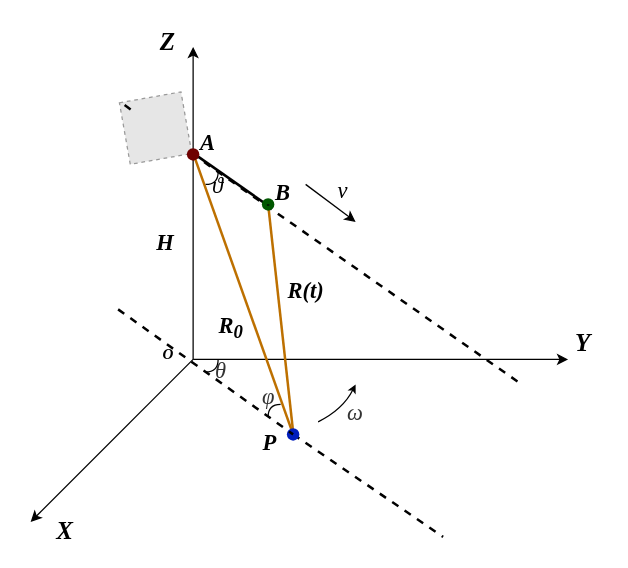
Above: forward-looking.drawio in LFNing/General (draw.io), before the change. Source tidied: cells renumbered, new cells numbered last; positions are measured from the earlier drawing's top-left corner, leaving out a move shared by most shapes. Both pictures are drawn from the tidied source at 125%, with x=0, y=0 at pixel (30, 21). Pictures stored in the file or linked from it are replaced by grey dashed boxes.
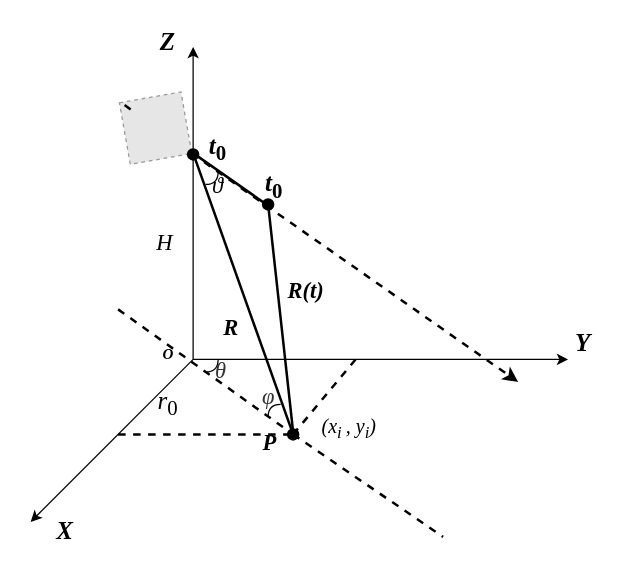
The same page after the edit.

Unchanged cells that the change refers to:
```xml
<mxCell id="32" style="fillColor=#E6E6E6;strokeColor=#999999;dashed=1;verticalLabelPosition=bottom;verticalAlign=top;fontSize=22;rotation=350;" parent="1" vertex="1">
  <mxGeometry x="75" y="60" width="50" height="50" as="geometry" />
</mxCell>
```

The edit, as a diff of the source:
```diff
@@
-    <mxCell id="2" value="&lt;span style=&quot;color: rgb(51, 51, 51); font-size: 18px; text-align: left; background-color: rgb(255, 255, 255);&quot;&gt;&lt;i style=&quot;font-size: 18px;&quot;&gt;ω&lt;/i&gt;&lt;/span&gt;" style="text;html=1;strokeColor=none;fillColor=none;align=center;verticalAlign=middle;whiteSpace=wrap;rounded=0;fontFamily=Times New Roman;fontSize=18;" parent="1" vertex="1">
-      <mxGeometry x="250" y="306" width="20" height="14" as="geometry" />
-    </mxCell>
-    <mxCell id="3" value="B" style="text;strokeColor=none;fillColor=none;align=left;verticalAlign=middle;spacingLeft=4;spacingRight=4;overflow=hidden;fontFamily=Times New Roman;fontStyle=3;fontSize=18;" parent="1" vertex="1">
-      <mxGeometry x="190" y="120" width="30" height="30" as="geometry" />
-    </mxCell>
@@
-    <mxCell id="10" style="endArrow=none;dashed=1;html=1;strokeWidth=2;rounded=0;startArrow=none;" parent="1" edge="1" source="32">
+    <mxCell id="10" style="endArrow=classic;dashed=1;html=1;strokeWidth=2;rounded=0;startArrow=none;endFill=1;" parent="1" edge="1" source="32">
       <mxGeometry relative="1" as="geometry">
         <mxPoint x="390" y="288" as="targetPoint" />
       </mxGeometry>
     </mxCell>
@@
-    <mxCell id="16" style="endArrow=classic;html=1;rounded=0;fontFamily=Times New Roman;" parent="1" edge="1">
-      <mxGeometry relative="1" as="geometry">
-        <mxPoint x="220" y="130" as="sourcePoint" />
-        <mxPoint x="260" y="160" as="targetPoint" />
-      </mxGeometry>
-    </mxCell>
-    <mxCell id="17" value="&lt;i style=&quot;font-size: 18px;&quot;&gt;v&lt;/i&gt;" style="text;html=1;strokeColor=none;fillColor=none;align=center;verticalAlign=middle;whiteSpace=wrap;rounded=0;fontFamily=Times New Roman;fontSize=18;" parent="1" vertex="1">
-      <mxGeometry x="220" y="120" width="60" height="30" as="geometry" />
-    </mxCell>
-    <mxCell id="18" value="H" style="text;strokeColor=none;fillColor=none;align=left;verticalAlign=middle;spacingLeft=4;spacingRight=4;overflow=hidden;fontFamily=Times New Roman;fontStyle=3;fontSize=18;" parent="1" vertex="1">
+    <mxCell id="18" value="H" style="text;strokeColor=none;fillColor=none;align=left;verticalAlign=middle;spacingLeft=4;spacingRight=4;overflow=hidden;fontFamily=Times New Roman;fontStyle=2;fontSize=18;" parent="1" vertex="1">
       <mxGeometry x="95" y="160" width="30" height="30" as="geometry" />
     </mxCell>
@@
-    <mxCell id="20" style="endArrow=none;html=1;rounded=0;fontFamily=Times New Roman;fontSize=14;strokeWidth=2;startArrow=none;fillColor=#f0a30a;strokeColor=#BD7000;" parent="1" edge="1" source="35">
+    <mxCell id="20" style="endArrow=none;html=1;rounded=0;fontFamily=Times New Roman;fontSize=14;strokeWidth=2;startArrow=none;fillColor=#f0a30a;strokeColor=#000000;" parent="1" edge="1" source="35">
       <mxGeometry relative="1" as="geometry">
         <mxPoint x="210" y="328" as="targetPoint" />
       </mxGeometry>
     </mxCell>
-    <mxCell id="21" style="endArrow=none;html=1;rounded=0;fontFamily=Times New Roman;fontSize=14;strokeWidth=2;fillColor=#f0a30a;strokeColor=#BD7000;" parent="1" edge="1">
+    <mxCell id="21" style="endArrow=none;html=1;rounded=0;fontFamily=Times New Roman;fontSize=14;strokeWidth=2;fillColor=#f0a30a;strokeColor=#000000;" parent="1" edge="1">
       <mxGeometry relative="1" as="geometry">
         <mxPoint x="130" y="105" as="sourcePoint" />
         <mxPoint x="210" y="330" as="targetPoint" />
       </mxGeometry>
     </mxCell>
@@
-    <mxCell id="24" value="&lt;i style=&quot;font-size: 18px;&quot;&gt;&lt;b&gt;R&lt;sub&gt;0&lt;/sub&gt;&lt;/b&gt;&lt;/i&gt;" style="text;html=1;align=center;verticalAlign=middle;fillColor=none;strokeColor=none;rounded=0;fontFamily=Times New Roman;fontSize=11;" parent="1" vertex="1">
+    <mxCell id="24" value="&lt;i style=&quot;font-size: 18px;&quot;&gt;&lt;b&gt;R&lt;/b&gt;&lt;/i&gt;" style="text;html=1;align=center;verticalAlign=middle;fillColor=none;strokeColor=none;rounded=0;fontFamily=Times New Roman;fontSize=11;" parent="1" vertex="1">
       <mxGeometry x="140" y="225" width="40" height="40" as="geometry" />
     </mxCell>
@@
-    <mxCell id="30" value="A" style="text;strokeColor=none;fillColor=none;align=left;verticalAlign=middle;spacingLeft=4;spacingRight=4;overflow=hidden;fontFamily=Times New Roman;fontStyle=3;fontSize=18;" parent="1" vertex="1">
-      <mxGeometry x="130" y="80" width="30" height="30" as="geometry" />
-    </mxCell>
-    <mxCell id="31" style="endArrow=classic;html=1;rounded=0;shadow=0;fontFamily=Times New Roman;fontSize=11;startSize=0;endSize=4;sourcePerimeterSpacing=0;strokeWidth=1;curved=1;" parent="1" edge="1">
-      <mxGeometry relative="1" as="geometry">
-        <mxPoint x="230" y="320" as="sourcePoint" />
-        <mxPoint x="260" y="290" as="targetPoint" />
-        <Array as="points">
-          <mxPoint x="250" y="310" />
-        </Array>
-      </mxGeometry>
-    </mxCell>
@@
-    <mxCell id="34" style="shape=waypoint;sketch=0;fillStyle=solid;size=6;fillColor=#a20025;perimeter=centerPerimeter;fontSize=22;fontColor=#ffffff;strokeColor=#6F0000;strokeWidth=3;" parent="1" vertex="1">
+    <mxCell id="34" style="shape=waypoint;sketch=0;fillStyle=solid;size=6;fillColor=#000000;perimeter=centerPerimeter;fontSize=22;fontColor=#ffffff;strokeColor=#000000;strokeWidth=3;" parent="1" vertex="1">
       <mxGeometry x="110" y="86" width="40" height="40" as="geometry" />
     </mxCell>
-    <mxCell id="35" style="shape=waypoint;sketch=0;fillStyle=solid;size=6;points=[];fillColor=#008a00;perimeter=centerPerimeter;snapToPoint=1;fontSize=22;fontColor=#ffffff;strokeColor=#005700;strokeWidth=3;" parent="1" vertex="1">
+    <mxCell id="35" style="shape=waypoint;sketch=0;fillStyle=solid;size=6;points=[];fillColor=#000000;perimeter=centerPerimeter;snapToPoint=1;fontSize=22;fontColor=#ffffff;strokeColor=#000000;strokeWidth=3;" parent="1" vertex="1">
       <mxGeometry x="170" y="126" width="40" height="40" as="geometry" />
     </mxCell>
@@
-    <mxCell id="37" style="shape=waypoint;sketch=0;fillStyle=solid;size=6;points=[];fillColor=#0050ef;perimeter=centerPerimeter;snapToPoint=1;fontSize=22;strokeColor=#001DBC;strokeWidth=3;fontColor=#ffffff;" parent="1" vertex="1">
+    <mxCell id="37" style="shape=waypoint;sketch=0;fillStyle=solid;size=6;points=[];fillColor=#000000;perimeter=centerPerimeter;snapToPoint=1;fontSize=22;strokeColor=#000000;strokeWidth=3;fontColor=#ffffff;" parent="1" vertex="1">
       <mxGeometry x="190" y="310" width="40" height="40" as="geometry" />
     </mxCell>
@@
+    <mxCell id="39" style="endArrow=none;dashed=1;html=1;strokeWidth=2;rounded=0;startArrow=none;" parent="1" edge="1">
+      <mxGeometry relative="1" as="geometry">
+        <mxPoint x="70" y="330" as="sourcePoint" />
+        <mxPoint x="210" y="330" as="targetPoint" />
+      </mxGeometry>
+    </mxCell>
+    <mxCell id="40" style="endArrow=none;dashed=1;html=1;strokeWidth=2;rounded=0;startArrow=none;" parent="1" edge="1">
+      <mxGeometry relative="1" as="geometry">
+        <mxPoint x="210" y="330" as="sourcePoint" />
+        <mxPoint x="260" y="270" as="targetPoint" />
+      </mxGeometry>
+    </mxCell>
+    <mxCell id="41" value="&lt;font face=&quot;Times New Roman&quot; style=&quot;font-size: 20px;&quot;&gt;&lt;b&gt;&lt;i&gt;t&lt;/i&gt;&lt;sub&gt;0&lt;/sub&gt;&lt;/b&gt;&lt;/font&gt;" style="text;html=1;strokeColor=none;fillColor=none;align=center;verticalAlign=middle;whiteSpace=wrap;rounded=0;" parent="1" vertex="1">
+      <mxGeometry x="120" y="86" width="60" height="30" as="geometry" />
+    </mxCell>
+    <mxCell id="42" value="&lt;font face=&quot;Times New Roman&quot; style=&quot;font-size: 20px;&quot;&gt;&lt;b&gt;&lt;i&gt;t&lt;/i&gt;&lt;sub&gt;0&lt;/sub&gt;&lt;/b&gt;&lt;/font&gt;" style="text;html=1;strokeColor=none;fillColor=none;align=center;verticalAlign=middle;whiteSpace=wrap;rounded=0;" parent="1" vertex="1">
+      <mxGeometry x="165" y="115.5" width="60" height="30" as="geometry" />
+    </mxCell>
+    <mxCell id="43" value="&lt;font face=&quot;Times New Roman&quot;&gt;&lt;span style=&quot;font-size: 20px;&quot;&gt;&lt;span&gt;&lt;i&gt;r&lt;/i&gt;&lt;sub&gt;0&lt;/sub&gt;&lt;/span&gt;&lt;/span&gt;&lt;/font&gt;" style="text;html=1;strokeColor=none;fillColor=none;align=center;verticalAlign=middle;whiteSpace=wrap;rounded=0;fontStyle=0;" parent="1" vertex="1">
+      <mxGeometry x="80" y="290" width="60" height="30" as="geometry" />
+    </mxCell>
+    <mxCell id="44" value="&lt;font style=&quot;font-size: 16px;&quot;&gt;&lt;span style=&quot;border-color: var(--border-color); font-family: &amp;quot;Times New Roman&amp;quot;;&quot;&gt;&lt;i style=&quot;border-color: var(--border-color);&quot;&gt;(x&lt;sub style=&quot;border-color: var(--border-color);&quot;&gt;i&amp;nbsp;&lt;/sub&gt;&lt;/i&gt;&lt;/span&gt;&lt;font style=&quot;font-size: 16px;&quot; face=&quot;Times New Roman&quot;&gt;&lt;i&gt;, y&lt;sub&gt;i&lt;/sub&gt;&lt;/i&gt;&lt;/font&gt;&lt;span style=&quot;border-color: var(--border-color); font-family: &amp;quot;Times New Roman&amp;quot;;&quot;&gt;&lt;i style=&quot;border-color: var(--border-color);&quot;&gt;)&lt;/i&gt;&lt;/span&gt;&lt;/font&gt;" style="text;html=1;strokeColor=none;fillColor=none;align=center;verticalAlign=middle;whiteSpace=wrap;rounded=0;" parent="1" vertex="1">
+      <mxGeometry x="225" y="310" width="60" height="30" as="geometry" />
+    </mxCell>
```
